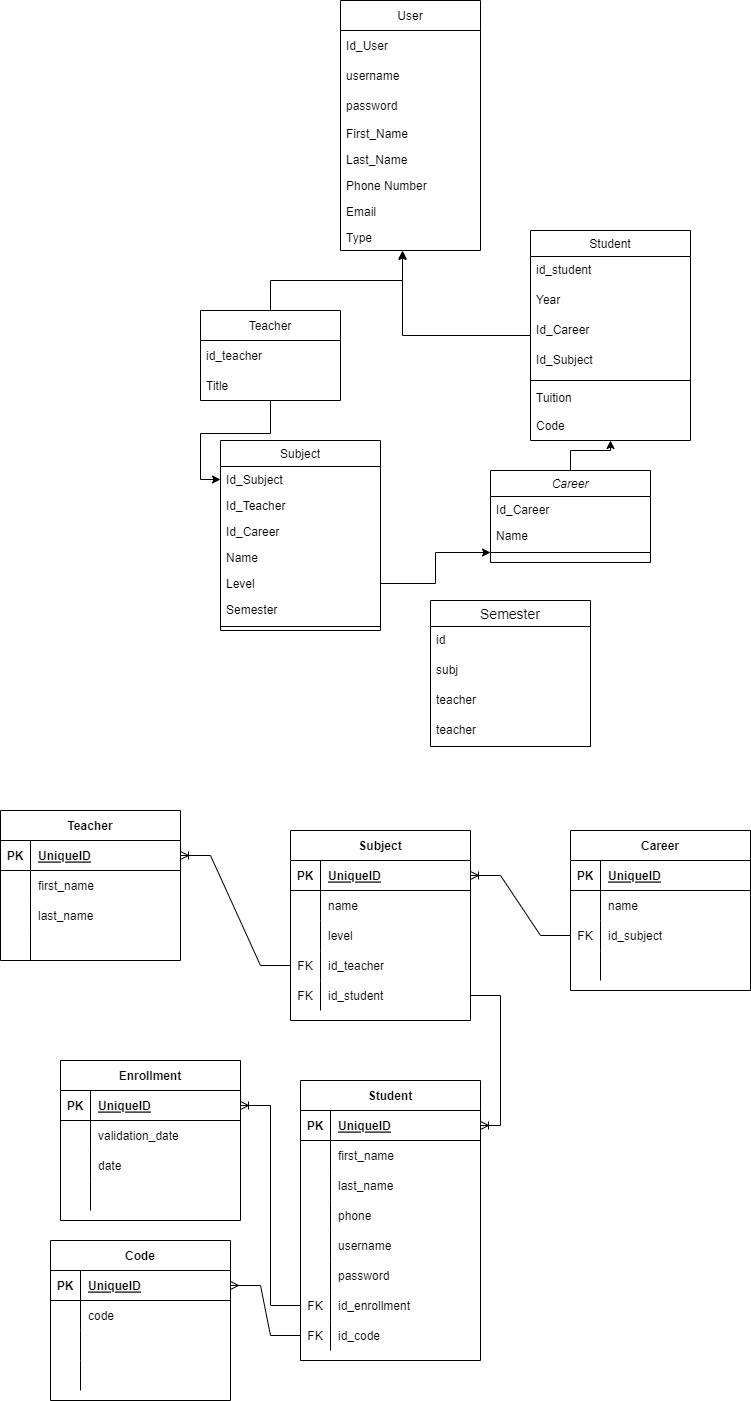
GuilleAlvarado/draw keeps this draw.io diagram as University Diagram.drawio.png. Above is the earlier version. Source tidied: cells renumbered, new cells last; positions are measured from the earlier drawing's top-left corner, leaving out a move shared by most shapes.
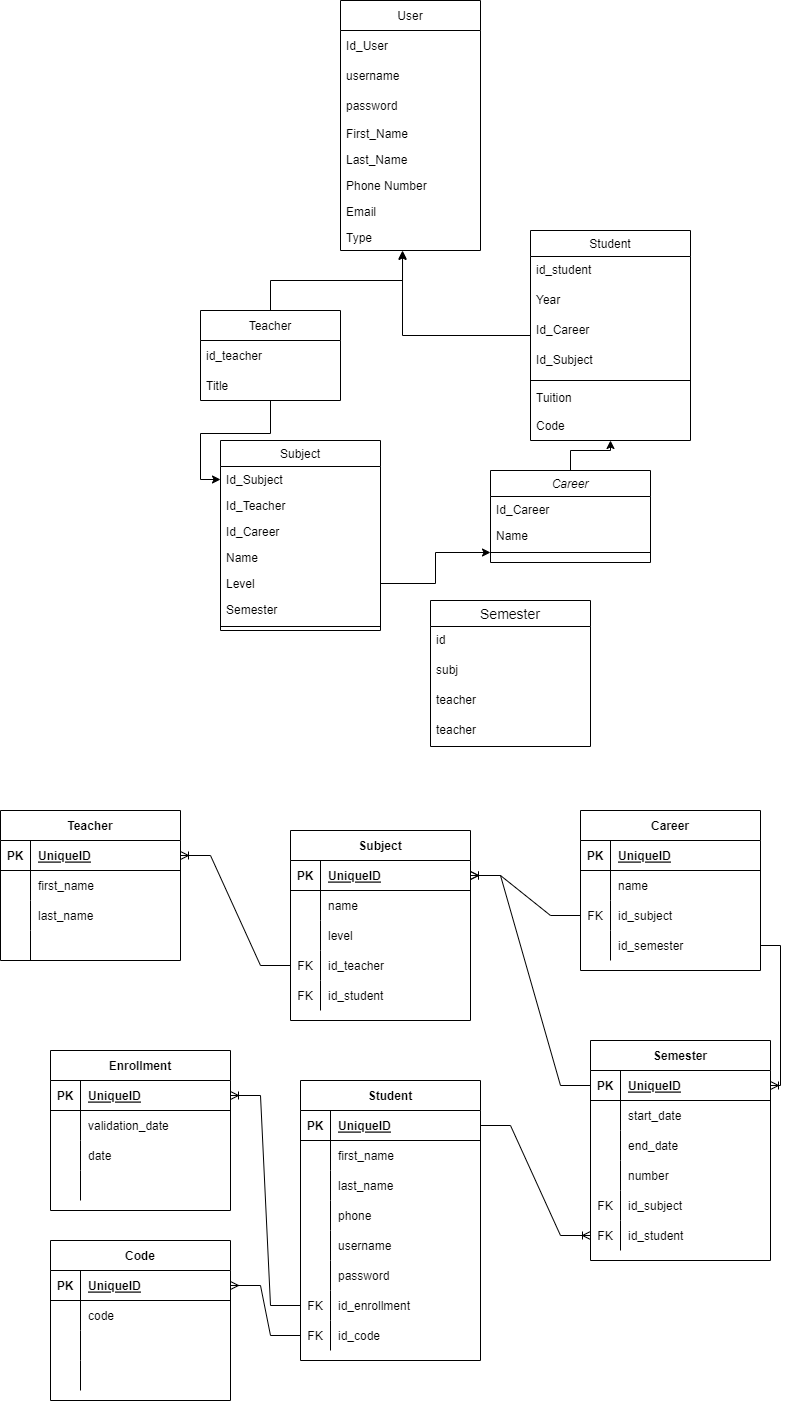
After the commit.

What changed in the source:
```diff
@@ -189,7 +189,7 @@
       <mxGeometry x="30" width="150" height="30" as="geometry" />
     </mxCell>
     <mxCell id="64" value="Career" style="shape=table;startSize=30;rowLines=0;fontStyle=1;align=center;" parent="1" vertex="1">
-      <mxGeometry x="570" y="830" width="180" height="160" as="geometry" />
+      <mxGeometry x="580" y="810" width="180" height="160" as="geometry" />
     </mxCell>
     <mxCell id="65" style="shape=tableRow;horizontal=0;startSize=0;swimlaneHead=0;swimlaneBody=0;fillColor=none;top=0;left=0;right=0;bottom=1;" parent="64" vertex="1">
       <mxGeometry y="30" width="180" height="30" as="geometry" />
@@ -224,7 +224,7 @@
     <mxCell id="75" style="shape=partialRectangle;fillColor=none;top=0;left=0;bottom=0;right=0;overflow=hidden;" parent="74" vertex="1">
       <mxGeometry width="30" height="30" as="geometry" />
     </mxCell>
-    <mxCell id="76" style="shape=partialRectangle;fillColor=none;top=0;left=0;bottom=0;right=0;align=left;spacingLeft=6;overflow=hidden;" parent="74" vertex="1">
+    <mxCell id="76" value="id_semester" style="shape=partialRectangle;fillColor=none;top=0;left=0;bottom=0;right=0;align=left;spacingLeft=6;overflow=hidden;" parent="74" vertex="1">
       <mxGeometry x="30" width="150" height="30" as="geometry" />
     </mxCell>
     <mxCell id="77" value="Teacher" style="shape=table;startSize=30;rowLines=0;fontStyle=1;align=center;" parent="1" vertex="1">
@@ -381,7 +381,7 @@
       <mxGeometry x="30" width="150" height="30" as="geometry" />
     </mxCell>
     <mxCell id="128" value="Enrollment" style="shape=table;startSize=30;rowLines=0;fontStyle=1;align=center;" parent="1" vertex="1">
-      <mxGeometry x="60" y="1060" width="180" height="160" as="geometry" />
+      <mxGeometry x="50" y="1050" width="180" height="160" as="geometry" />
     </mxCell>
     <mxCell id="129" style="shape=tableRow;horizontal=0;startSize=0;swimlaneHead=0;swimlaneBody=0;fillColor=none;points=[[0,0.5],[1,0.5]];portConstraint=eastwest;top=0;left=0;right=0;bottom=1;" parent="128" vertex="1">
       <mxGeometry y="30" width="180" height="30" as="geometry" />
@@ -419,12 +419,75 @@
     <mxCell id="140" style="shape=partialRectangle;fillColor=none;top=0;left=0;bottom=0;right=0;align=left;spacingLeft=6;overflow=hidden;" parent="138" vertex="1">
       <mxGeometry x="30" width="150" height="30" as="geometry" />
     </mxCell>
+    <mxCell id="142" value="Semester" style="shape=table;startSize=30;rowLines=0;fontStyle=1;align=center;" parent="1" vertex="1">
+      <mxGeometry x="590" y="1040" width="180" height="220" as="geometry" />
+    </mxCell>
+    <mxCell id="143" style="shape=tableRow;horizontal=0;startSize=0;swimlaneHead=0;swimlaneBody=0;fillColor=none;points=[[0,0.5],[1,0.5]];portConstraint=eastwest;top=0;left=0;right=0;bottom=1;" parent="142" vertex="1">
+      <mxGeometry y="30" width="180" height="30" as="geometry" />
+    </mxCell>
+    <mxCell id="144" value="PK" style="shape=partialRectangle;fillColor=none;top=0;left=0;bottom=0;right=0;fontStyle=1;overflow=hidden;" parent="143" vertex="1">
+      <mxGeometry width="30" height="30" as="geometry" />
+    </mxCell>
+    <mxCell id="145" value="UniqueID" style="shape=partialRectangle;fillColor=none;top=0;left=0;bottom=0;right=0;align=left;spacingLeft=6;fontStyle=5;overflow=hidden;" parent="143" vertex="1">
+      <mxGeometry x="30" width="150" height="30" as="geometry" />
+    </mxCell>
+    <mxCell id="146" style="shape=tableRow;horizontal=0;startSize=0;swimlaneHead=0;swimlaneBody=0;fillColor=none;top=0;left=0;right=0;bottom=0;" parent="142" vertex="1">
+      <mxGeometry y="60" width="180" height="30" as="geometry" />
+    </mxCell>
+    <mxCell id="147" style="shape=partialRectangle;fillColor=none;top=0;left=0;bottom=0;right=0;overflow=hidden;" parent="146" vertex="1">
+      <mxGeometry width="30" height="30" as="geometry" />
+    </mxCell>
+    <mxCell id="148" value="start_date" style="shape=partialRectangle;fillColor=none;top=0;left=0;bottom=0;right=0;align=left;spacingLeft=6;overflow=hidden;" parent="146" vertex="1">
+      <mxGeometry x="30" width="150" height="30" as="geometry" />
+    </mxCell>
+    <mxCell id="149" style="shape=tableRow;horizontal=0;startSize=0;swimlaneHead=0;swimlaneBody=0;fillColor=none;top=0;left=0;right=0;bottom=0;" parent="142" vertex="1">
+      <mxGeometry y="90" width="180" height="30" as="geometry" />
+    </mxCell>
+    <mxCell id="150" style="shape=partialRectangle;fillColor=none;top=0;left=0;bottom=0;right=0;overflow=hidden;" parent="149" vertex="1">
+      <mxGeometry width="30" height="30" as="geometry" />
+    </mxCell>
+    <mxCell id="151" value="end_date" style="shape=partialRectangle;fillColor=none;top=0;left=0;bottom=0;right=0;align=left;spacingLeft=6;overflow=hidden;" parent="149" vertex="1">
+      <mxGeometry x="30" width="150" height="30" as="geometry" />
+    </mxCell>
+    <mxCell id="152" style="shape=tableRow;horizontal=0;startSize=0;swimlaneHead=0;swimlaneBody=0;fillColor=none;top=0;left=0;right=0;bottom=0;" parent="142" vertex="1">
+      <mxGeometry y="120" width="180" height="30" as="geometry" />
+    </mxCell>
+    <mxCell id="153" style="shape=partialRectangle;fillColor=none;top=0;left=0;bottom=0;right=0;overflow=hidden;" parent="152" vertex="1">
+      <mxGeometry width="30" height="30" as="geometry" />
+    </mxCell>
+    <mxCell id="154" value="number" style="shape=partialRectangle;fillColor=none;top=0;left=0;bottom=0;right=0;align=left;spacingLeft=6;overflow=hidden;" parent="152" vertex="1">
+      <mxGeometry x="30" width="150" height="30" as="geometry" />
+    </mxCell>
+    <mxCell id="155" style="shape=tableRow;horizontal=0;startSize=0;swimlaneHead=0;swimlaneBody=0;fillColor=none;top=0;left=0;right=0;bottom=0;" parent="142" vertex="1">
+      <mxGeometry y="150" width="180" height="30" as="geometry" />
+    </mxCell>
+    <mxCell id="156" value="FK" style="shape=partialRectangle;fillColor=none;top=0;left=0;bottom=0;right=0;overflow=hidden;" parent="155" vertex="1">
+      <mxGeometry width="30" height="30" as="geometry" />
+    </mxCell>
+    <mxCell id="157" value="id_subject" style="shape=partialRectangle;fillColor=none;top=0;left=0;bottom=0;right=0;align=left;spacingLeft=6;overflow=hidden;" parent="155" vertex="1">
+      <mxGeometry x="30" width="150" height="30" as="geometry" />
+    </mxCell>
+    <mxCell id="158" style="shape=tableRow;horizontal=0;startSize=0;swimlaneHead=0;swimlaneBody=0;fillColor=none;points=[[0,0.5],[1,0.5]];portConstraint=eastwest;top=0;left=0;right=0;bottom=0;" parent="142" vertex="1">
+      <mxGeometry y="180" width="180" height="30" as="geometry" />
+    </mxCell>
+    <mxCell id="159" value="FK" style="shape=partialRectangle;fillColor=none;top=0;left=0;bottom=0;right=0;overflow=hidden;" parent="158" vertex="1">
+      <mxGeometry width="30" height="30" as="geometry" />
+    </mxCell>
+    <mxCell id="160" value="id_student" style="shape=partialRectangle;fillColor=none;top=0;left=0;bottom=0;right=0;align=left;spacingLeft=6;overflow=hidden;" parent="158" vertex="1">
+      <mxGeometry x="30" width="150" height="30" as="geometry" />
+    </mxCell>
-    <mxCell id="141" style="edgeStyle=elbowEdgeStyle;fontSize=12;html=1;endArrow=ERoneToMany;rounded=0;exitX=1;exitY=0.5;exitDx=0;exitDy=0;entryX=1;entryY=0.5;entryDx=0;entryDy=0;" parent="1" edge="1" source="61" target="91">
+    <mxCell id="141" style="edgeStyle=elbowEdgeStyle;fontSize=12;html=1;endArrow=ERoneToMany;rounded=0;exitX=1;exitY=0.5;exitDx=0;exitDy=0;entryX=1;entryY=0.5;entryDx=0;entryDy=0;" parent="1" edge="1" source="74" target="143">
       <mxGeometry relative="1" as="geometry">
         <Array as="points">
-          <mxPoint x="500" y="1060" />
+          <mxPoint x="780" y="1010" />
         </Array>
       </mxGeometry>
     </mxCell>
+    <mxCell id="161" style="edgeStyle=entityRelationEdgeStyle;fontSize=12;html=1;endArrow=ERoneToMany;rounded=0;exitX=0;exitY=0.5;exitDx=0;exitDy=0;entryX=1;entryY=0.5;entryDx=0;entryDy=0;" parent="1" edge="1" source="143" target="49">
+      <mxGeometry relative="1" as="geometry" />
+    </mxCell>
+    <mxCell id="162" style="edgeStyle=entityRelationEdgeStyle;fontSize=12;html=1;endArrow=ERoneToMany;rounded=0;exitX=1;exitY=0.5;exitDx=0;exitDy=0;entryX=0;entryY=0.5;entryDx=0;entryDy=0;" parent="1" edge="1" source="91" target="158">
+      <mxGeometry relative="1" as="geometry" />
+    </mxCell>
   </root>
 </mxGraphModel>
```
